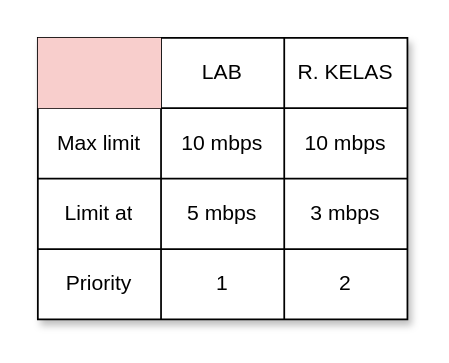
Before: rincian-ojm.drawio in Mirekan/dump-drawio, a draw.io diagram. Source tidied: cells renumbered, new cells numbered last; positions are measured from the earlier drawing's top-left corner, leaving out a move shared by most shapes. Both pictures are drawn from the tidied source at 176%, with x=0, y=0 at pixel (37, 37).
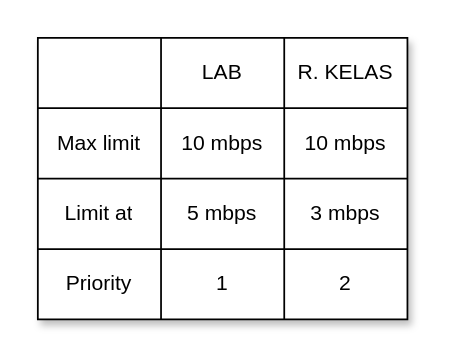
The same diagram, later.

Diff of the diagram source:
```diff
@@
 <mxGraphModel>
   <root>
     <mxCell id="0" />
     <mxCell id="1" parent="0" />
     <mxCell id="2" style="shape=table;startSize=0;childLayout=tableLayout;shadow=1;" parent="1" vertex="1">
       <mxGeometry width="210" height="160" as="geometry" />
     </mxCell>
     <mxCell id="3" style="shape=tableRow;horizontal=0;startSize=0;swimlaneHead=0;swimlaneBody=0;strokeColor=inherit;top=0;left=0;bottom=0;right=0;fillColor=none;" parent="2" vertex="1">
       <mxGeometry width="210" height="40" as="geometry" />
     </mxCell>
-    <mxCell id="4" style="shape=partialRectangle;html=1;whiteSpace=wrap;strokeColor=#b85450;overflow=hidden;fillColor=#f8cecc;top=0;left=0;bottom=0;right=0;" parent="3" vertex="1">
+    <mxCell id="4" style="shape=partialRectangle;html=1;whiteSpace=wrap;overflow=hidden;fillColor=none;top=0;left=0;bottom=0;right=0;strokeColor=inherit;" parent="3" vertex="1">
       <mxGeometry width="70" height="40" as="geometry" />
     </mxCell>
     <mxCell id="5" value="LAB" style="shape=partialRectangle;html=1;whiteSpace=wrap;strokeColor=inherit;overflow=hidden;fillColor=none;top=0;left=0;bottom=0;right=0;" parent="3" vertex="1">
       <mxGeometry x="70" width="70" height="40" as="geometry" />
     </mxCell>
     <mxCell id="6" value="R. KELAS" style="shape=partialRectangle;html=1;whiteSpace=wrap;strokeColor=inherit;overflow=hidden;fillColor=none;top=0;left=0;bottom=0;right=0;" parent="3" vertex="1">
       <mxGeometry x="140" width="70" height="40" as="geometry" />
     </mxCell>
     <mxCell id="7" style="shape=tableRow;horizontal=0;startSize=0;swimlaneHead=0;swimlaneBody=0;strokeColor=inherit;top=0;left=0;bottom=0;right=0;fillColor=none;" parent="2" vertex="1">
       <mxGeometry y="40" width="210" height="40" as="geometry" />
     </mxCell>
     <mxCell id="8" value="Max limit" style="shape=partialRectangle;html=1;whiteSpace=wrap;strokeColor=inherit;overflow=hidden;fillColor=none;top=0;left=0;bottom=0;right=0;" parent="7" vertex="1">
       <mxGeometry width="70" height="40" as="geometry" />
     </mxCell>
     <mxCell id="9" value="10 mbps" style="shape=partialRectangle;html=1;whiteSpace=wrap;strokeColor=inherit;overflow=hidden;fillColor=none;top=0;left=0;bottom=0;right=0;" parent="7" vertex="1">
       <mxGeometry x="70" width="70" height="40" as="geometry" />
     </mxCell>
     <mxCell id="10" value="10 mbps" style="shape=partialRectangle;html=1;whiteSpace=wrap;strokeColor=inherit;overflow=hidden;fillColor=none;top=0;left=0;bottom=0;right=0;" parent="7" vertex="1">
       <mxGeometry x="140" width="70" height="40" as="geometry" />
     </mxCell>
     <mxCell id="11" style="shape=tableRow;horizontal=0;startSize=0;swimlaneHead=0;swimlaneBody=0;strokeColor=inherit;top=0;left=0;bottom=0;right=0;fillColor=none;" parent="2" vertex="1">
       <mxGeometry y="80" width="210" height="40" as="geometry" />
     </mxCell>
     <mxCell id="12" value="Limit at" style="shape=partialRectangle;html=1;whiteSpace=wrap;strokeColor=inherit;overflow=hidden;fillColor=none;top=0;left=0;bottom=0;right=0;" parent="11" vertex="1">
       <mxGeometry width="70" height="40" as="geometry" />
     </mxCell>
     <mxCell id="13" value="5 mbps" style="shape=partialRectangle;html=1;whiteSpace=wrap;strokeColor=inherit;overflow=hidden;fillColor=none;top=0;left=0;bottom=0;right=0;" parent="11" vertex="1">
       <mxGeometry x="70" width="70" height="40" as="geometry" />
     </mxCell>
     <mxCell id="14" value="3 mbps" style="shape=partialRectangle;html=1;whiteSpace=wrap;strokeColor=inherit;overflow=hidden;fillColor=none;top=0;left=0;bottom=0;right=0;" parent="11" vertex="1">
       <mxGeometry x="140" width="70" height="40" as="geometry" />
     </mxCell>
     <mxCell id="15" style="shape=tableRow;horizontal=0;startSize=0;swimlaneHead=0;swimlaneBody=0;strokeColor=inherit;top=0;left=0;bottom=0;right=0;fillColor=none;" parent="2" vertex="1">
       <mxGeometry y="120" width="210" height="40" as="geometry" />
     </mxCell>
     <mxCell id="16" value="Priority" style="shape=partialRectangle;html=1;whiteSpace=wrap;strokeColor=inherit;overflow=hidden;fillColor=none;top=0;left=0;bottom=0;right=0;" parent="15" vertex="1">
       <mxGeometry width="70" height="40" as="geometry" />
     </mxCell>
     <mxCell id="17" value="1" style="shape=partialRectangle;html=1;whiteSpace=wrap;strokeColor=inherit;overflow=hidden;fillColor=none;top=0;left=0;bottom=0;right=0;" parent="15" vertex="1">
       <mxGeometry x="70" width="70" height="40" as="geometry" />
     </mxCell>
     <mxCell id="18" value="2" style="shape=partialRectangle;html=1;whiteSpace=wrap;strokeColor=inherit;overflow=hidden;fillColor=none;top=0;left=0;bottom=0;right=0;" parent="15" vertex="1">
       <mxGeometry x="140" width="70" height="40" as="geometry" />
     </mxCell>
   </root>
 </mxGraphModel>
```
